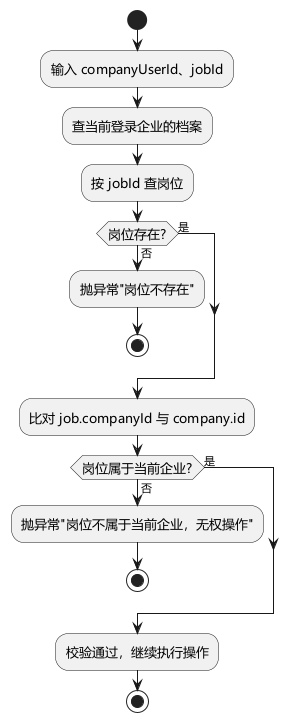
Before: uml/png/何贵剑/岗位归属校验核心算法流程图.png, a diagram exported from PlantUML (sheep7-bot/recruit-internship-system). Source of this version:
```plantuml
@startuml 岗位归属校验核心算法流程图
skinparam defaultFontName "Microsoft YaHei"
skinparam activityDiamondFontSize 13
skinparam activityFontSize 13
skinparam defaultTextAlignment center

start
:输入 companyUserId、jobId;
:查当前登录企业的档案;
:按 jobId 查岗位;
if (岗位存在?) then (否)
  :抛异常"岗位不存在";
  stop
else (是)
endif
:比对 job.companyId 与 company.id;
if (岗位属于当前企业?) then (否)
  :抛异常"岗位不属于当前企业，无权操作";
  stop
else (是)
endif
:校验通过，继续执行操作;
stop
@enduml
```
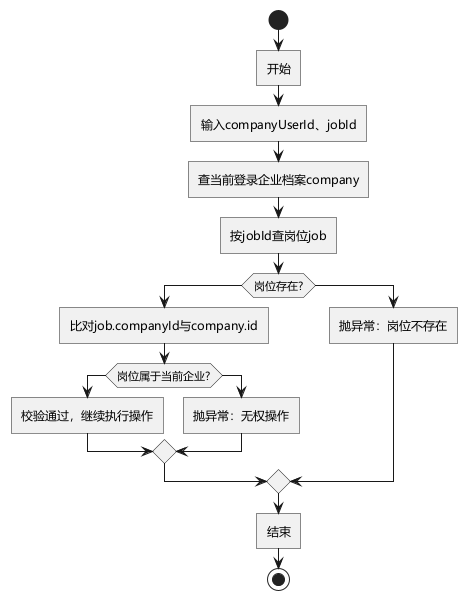
Later version of the same file.

The edit, as a diff of the source:
```diff
@@ -1,24 +1,22 @@
 @startuml 岗位归属校验核心算法流程图
 skinparam defaultFontName "Microsoft YaHei"
-skinparam activityDiamondFontSize 13
-skinparam activityFontSize 13
-skinparam defaultTextAlignment center
+skinparam roundCorner 0
 
 start
-:输入 companyUserId、jobId;
-:查当前登录企业的档案;
-:按 jobId 查岗位;
-if (岗位存在?) then (否)
-  :抛异常"岗位不存在";
-  stop
-else (是)
+:开始;
+:输入companyUserId、jobId;
+:查当前登录企业档案company;
+:按jobId查岗位job;
+if (岗位存在?) then
+  :比对job.companyId与company.id;
+  if (岗位属于当前企业?) then
+    :校验通过，继续执行操作;
+  else
+    :抛异常：无权操作;
+  endif
+else
+  :抛异常：岗位不存在;
 endif
-:比对 job.companyId 与 company.id;
-if (岗位属于当前企业?) then (否)
-  :抛异常"岗位不属于当前企业，无权操作";
-  stop
-else (是)
-endif
-:校验通过，继续执行操作;
+:结束;
 stop
 @enduml
```
